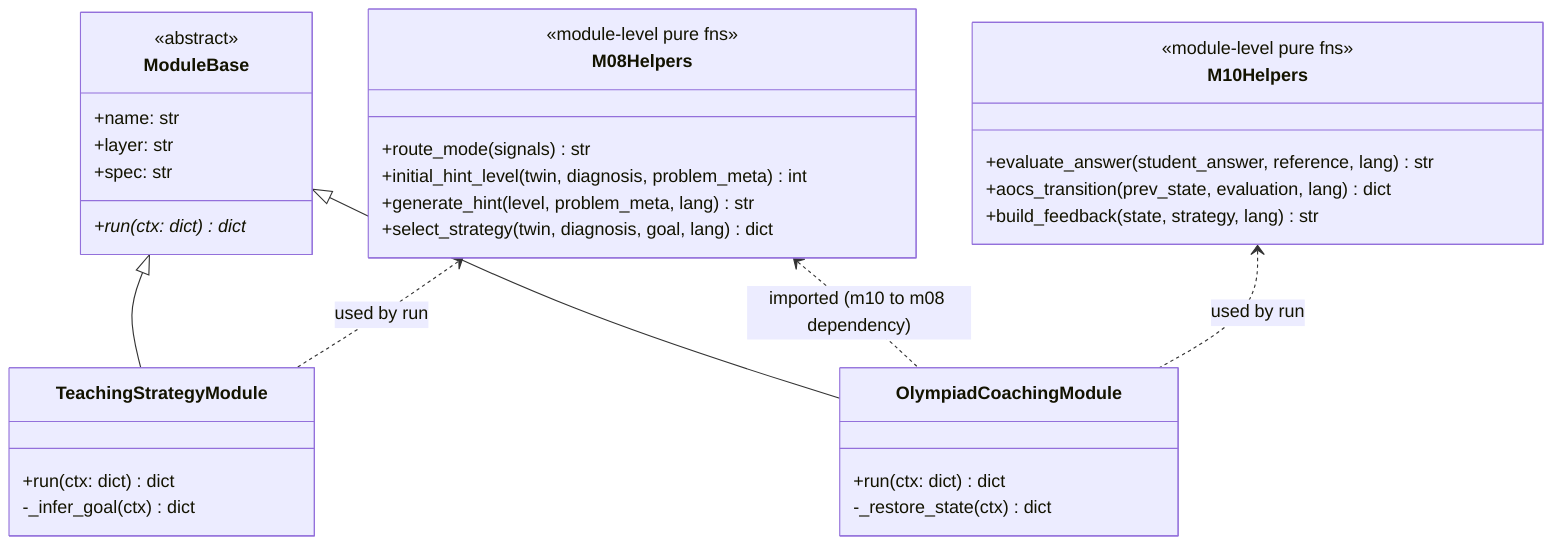
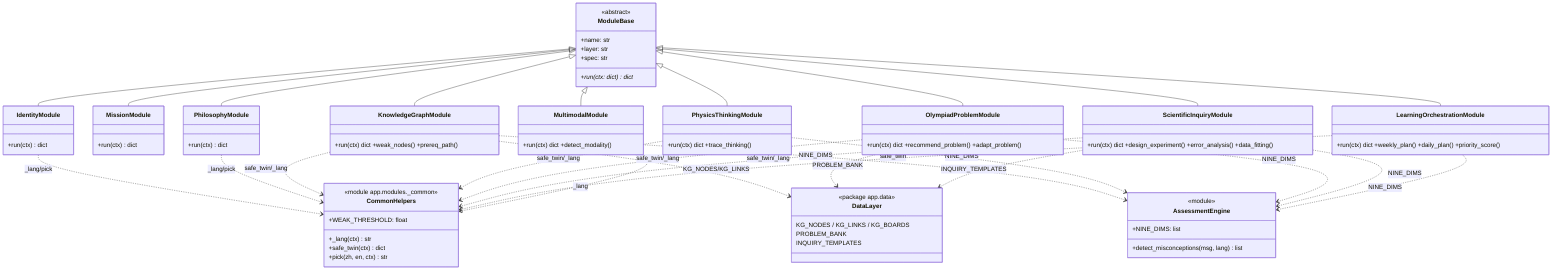
classDiagram
    class ModuleBase {
        <<abstract>>
        +name: str
        +layer: str
        +spec: str
        +run(ctx: dict) dict*
    }
-     class TeachingStrategyModule {
-         +run(ctx: dict) dict
-         -_infer_goal(ctx) dict
+     class CommonHelpers {
+         <<module app.modules._common>>
+         +WEAK_THRESHOLD: float
+         +_lang(ctx) str
+         +safe_twin(ctx) dict
+         +pick(zh, en, ctx) str
    }
-     class OlympiadCoachingModule {
-         +run(ctx: dict) dict
-         -_restore_state(ctx) dict
+     class DataLayer {
+         <<package app.data>>
+         KG_NODES / KG_LINKS / KG_BOARDS
+         PROBLEM_BANK
+         INQUIRY_TEMPLATES
    }
-     ModuleBase <|-- TeachingStrategyModule
-     ModuleBase <|-- OlympiadCoachingModule
+     class AssessmentEngine {
+         <<module>>
+         +NINE_DIMS: list
+         +detect_misconceptions(msg, lang) list
+     }
+     class IdentityModule { +run(ctx) dict }
+     class MissionModule { +run(ctx) dict }
+     class PhilosophyModule { +run(ctx) dict }
+     class KnowledgeGraphModule { +run(ctx) dict +weak_nodes() +prereq_path() }
+     class PhysicsThinkingModule { +run(ctx) dict +trace_thinking() }
+     class OlympiadProblemModule { +run(ctx) dict +recommend_problem() +adapt_problem() }
+     class ScientificInquiryModule { +run(ctx) dict +design_experiment() +error_analysis() +data_fitting() }
+     class LearningOrchestrationModule { +run(ctx) dict +weekly_plan() +daily_plan() +priority_score() }
+     class MultimodalModule { +run(ctx) dict +detect_modality() }

-     class M08Helpers {
-         <<module-level pure fns>>
-         +route_mode(signals) str
-         +initial_hint_level(twin, diagnosis, problem_meta) int
-         +generate_hint(level, problem_meta, lang) str
-         +select_strategy(twin, diagnosis, goal, lang) dict
-     }
-     class M10Helpers {
-         <<module-level pure fns>>
-         +evaluate_answer(student_answer, reference, lang) str
-         +aocs_transition(prev_state, evaluation, lang) dict
-         +build_feedback(state, strategy, lang) str
-     }
-     M08Helpers <.. TeachingStrategyModule : used by run
-     M08Helpers <.. OlympiadCoachingModule : imported (m10 to m08 dependency)
-     M10Helpers <.. OlympiadCoachingModule : used by run
+     ModuleBase <|-- IdentityModule
+     ModuleBase <|-- MissionModule
+     ModuleBase <|-- PhilosophyModule
+     ModuleBase <|-- KnowledgeGraphModule
+     ModuleBase <|-- PhysicsThinkingModule
+     ModuleBase <|-- OlympiadProblemModule
+     ModuleBase <|-- ScientificInquiryModule
+     ModuleBase <|-- LearningOrchestrationModule
+     ModuleBase <|-- MultimodalModule
+ 
+     IdentityModule ..> CommonHelpers : _lang/pick
+     PhilosophyModule ..> CommonHelpers : _lang/pick
+     KnowledgeGraphModule ..> CommonHelpers : safe_twin/_lang
+     KnowledgeGraphModule ..> DataLayer : KG_NODES/KG_LINKS
+     PhysicsThinkingModule ..> CommonHelpers : safe_twin/_lang
+     OlympiadProblemModule ..> CommonHelpers : safe_twin/_lang
+     OlympiadProblemModule ..> DataLayer : PROBLEM_BANK
+     ScientificInquiryModule ..> CommonHelpers : safe_twin/_lang
+     ScientificInquiryModule ..> DataLayer : INQUIRY_TEMPLATES
+     LearningOrchestrationModule ..> CommonHelpers : safe_twin
+     MultimodalModule ..> CommonHelpers : _lang
+ 
+     KnowledgeGraphModule ..> AssessmentEngine : NINE_DIMS
+     PhysicsThinkingModule ..> AssessmentEngine : NINE_DIMS
+     OlympiadProblemModule ..> AssessmentEngine : NINE_DIMS
+     ScientificInquiryModule ..> AssessmentEngine : NINE_DIMS
+     LearningOrchestrationModule ..> AssessmentEngine : NINE_DIMS
